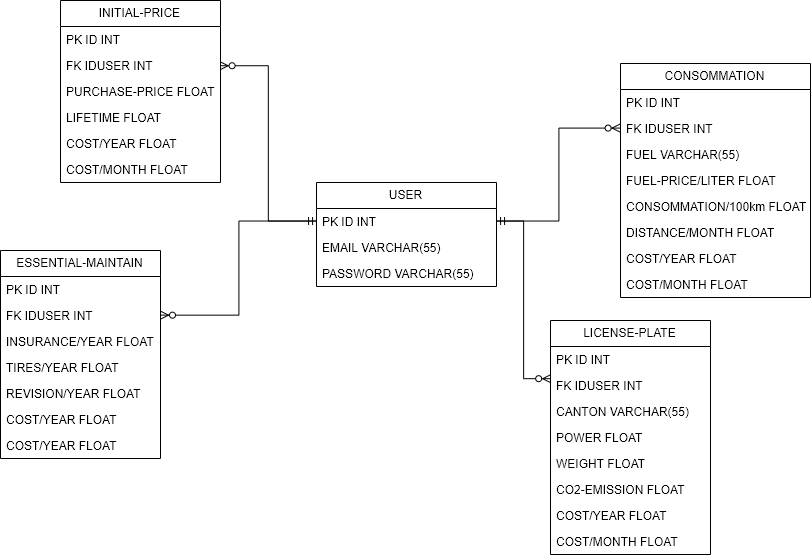
ThomasCPNV/CcubeProject keeps this draw.io diagram as Documentation/Sprint1/DB-MLD.PNG. Above is the earlier version. Source tidied: cells renumbered, new cells last; positions are measured from the earlier drawing's top-left corner, leaving out a move shared by most shapes.
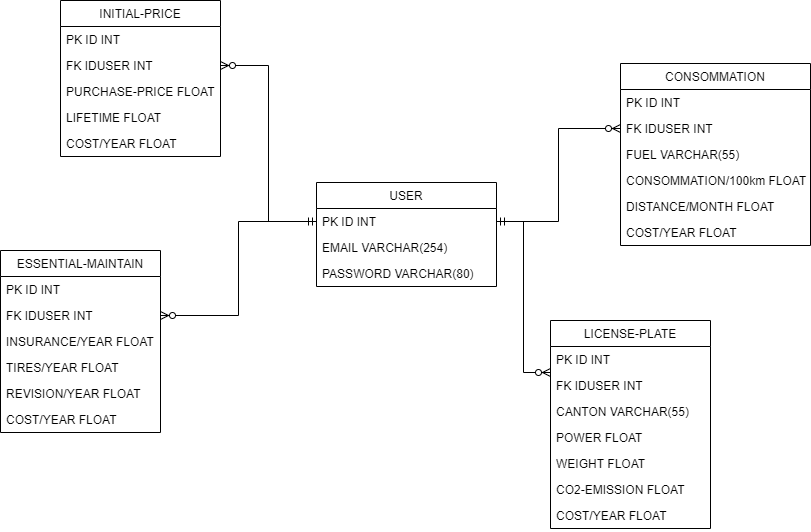
Later version of the same file.

Commit message:
correction MLD sprint 3

The edit, as a diff of the source:
```diff
@@ -8,14 +8,14 @@
     <mxCell id="3" value="PK ID INT" style="text;strokeColor=none;fillColor=none;align=left;verticalAlign=top;spacingLeft=4;spacingRight=4;overflow=hidden;points=[[0,0.5],[1,0.5]];portConstraint=eastwest;" parent="2" vertex="1">
       <mxGeometry y="26" width="180" height="26" as="geometry" />
     </mxCell>
-    <mxCell id="4" value="EMAIL VARCHAR(55)" style="text;strokeColor=none;fillColor=none;align=left;verticalAlign=top;spacingLeft=4;spacingRight=4;overflow=hidden;" parent="2" vertex="1">
+    <mxCell id="4" value="EMAIL VARCHAR(254)" style="text;strokeColor=none;fillColor=none;align=left;verticalAlign=top;spacingLeft=4;spacingRight=4;overflow=hidden;" parent="2" vertex="1">
       <mxGeometry y="52" width="180" height="26" as="geometry" />
     </mxCell>
-    <mxCell id="5" value="PASSWORD VARCHAR(55)" style="text;strokeColor=none;fillColor=none;align=left;verticalAlign=top;spacingLeft=4;spacingRight=4;overflow=hidden;" parent="2" vertex="1">
+    <mxCell id="5" value="PASSWORD VARCHAR(80)" style="text;strokeColor=none;fillColor=none;align=left;verticalAlign=top;spacingLeft=4;spacingRight=4;overflow=hidden;" parent="2" vertex="1">
       <mxGeometry y="78" width="180" height="26" as="geometry" />
     </mxCell>
     <mxCell id="6" value="LICENSE-PLATE" style="swimlane;fontStyle=0;horizontal=1;startSize=26;fillColor=none;" parent="1" vertex="1">
-      <mxGeometry x="550" y="320" width="160" height="234" as="geometry" />
+      <mxGeometry x="550" y="320" width="160" height="208" as="geometry" />
     </mxCell>
     <mxCell id="7" value="PK ID INT" style="text;strokeColor=none;fillColor=none;align=left;verticalAlign=top;spacingLeft=4;spacingRight=4;overflow=hidden;" parent="6" vertex="1">
       <mxGeometry y="26" width="160" height="26" as="geometry" />
@@ -38,11 +38,8 @@
     <mxCell id="13" value="COST/YEAR FLOAT" style="text;strokeColor=none;fillColor=none;align=left;verticalAlign=top;spacingLeft=4;spacingRight=4;overflow=hidden;" parent="6" vertex="1">
       <mxGeometry y="182" width="160" height="26" as="geometry" />
     </mxCell>
-    <mxCell id="14" value="COST/MONTH FLOAT" style="text;strokeColor=none;fillColor=none;align=left;verticalAlign=top;spacingLeft=4;spacingRight=4;overflow=hidden;" parent="6" vertex="1">
-      <mxGeometry y="208" width="160" height="26" as="geometry" />
-    </mxCell>
     <mxCell id="15" value="ESSENTIAL-MAINTAIN" style="swimlane;fontStyle=0;horizontal=1;startSize=26;fillColor=none;" parent="1" vertex="1">
-      <mxGeometry y="250" width="160" height="208" as="geometry" />
+      <mxGeometry y="250" width="160" height="182" as="geometry" />
     </mxCell>
     <mxCell id="16" value="PK ID INT" style="text;strokeColor=none;fillColor=none;align=left;verticalAlign=top;spacingLeft=4;spacingRight=4;overflow=hidden;" parent="15" vertex="1">
       <mxGeometry y="26" width="160" height="26" as="geometry" />
@@ -62,11 +59,8 @@
     <mxCell id="21" value="COST/YEAR FLOAT" style="text;strokeColor=none;fillColor=none;align=left;verticalAlign=top;spacingLeft=4;spacingRight=4;overflow=hidden;" parent="15" vertex="1">
       <mxGeometry y="156" width="160" height="26" as="geometry" />
     </mxCell>
-    <mxCell id="22" value="COST/YEAR FLOAT" style="text;strokeColor=none;fillColor=none;align=left;verticalAlign=top;spacingLeft=4;spacingRight=4;overflow=hidden;" parent="15" vertex="1">
-      <mxGeometry y="182" width="160" height="26" as="geometry" />
-    </mxCell>
     <mxCell id="23" value="INITIAL-PRICE" style="swimlane;fontStyle=0;horizontal=1;startSize=26;fillColor=none;" parent="1" vertex="1">
-      <mxGeometry x="60" width="160" height="182" as="geometry" />
+      <mxGeometry x="60" width="160" height="156" as="geometry" />
     </mxCell>
     <mxCell id="24" value="PK ID INT" style="text;strokeColor=none;fillColor=none;align=left;verticalAlign=top;spacingLeft=4;spacingRight=4;overflow=hidden;" parent="23" vertex="1">
       <mxGeometry y="26" width="160" height="26" as="geometry" />
@@ -83,11 +77,8 @@
     <mxCell id="28" value="COST/YEAR FLOAT" style="text;strokeColor=none;fillColor=none;align=left;verticalAlign=top;spacingLeft=4;spacingRight=4;overflow=hidden;" parent="23" vertex="1">
       <mxGeometry y="130" width="160" height="26" as="geometry" />
     </mxCell>
-    <mxCell id="29" value="COST/MONTH FLOAT" style="text;strokeColor=none;fillColor=none;align=left;verticalAlign=top;spacingLeft=4;spacingRight=4;overflow=hidden;" parent="23" vertex="1">
-      <mxGeometry y="156" width="160" height="26" as="geometry" />
-    </mxCell>
     <mxCell id="30" value="CONSOMMATION" style="swimlane;fontStyle=0;horizontal=1;startSize=26;fillColor=none;" parent="1" vertex="1">
-      <mxGeometry x="620" y="63" width="190" height="234" as="geometry" />
+      <mxGeometry x="620" y="63" width="190" height="182" as="geometry" />
     </mxCell>
     <mxCell id="31" value="PK ID INT" style="text;strokeColor=none;fillColor=none;align=left;verticalAlign=top;spacingLeft=4;spacingRight=4;overflow=hidden;" parent="30" vertex="1">
       <mxGeometry y="26" width="190" height="26" as="geometry" />
@@ -98,21 +89,15 @@
     <mxCell id="33" value="FUEL VARCHAR(55)" style="text;strokeColor=none;fillColor=none;align=left;verticalAlign=top;spacingLeft=4;spacingRight=4;overflow=hidden;" parent="30" vertex="1">
       <mxGeometry y="78" width="190" height="26" as="geometry" />
     </mxCell>
-    <mxCell id="34" value="FUEL-PRICE/LITER FLOAT" style="text;strokeColor=none;fillColor=none;align=left;verticalAlign=top;spacingLeft=4;spacingRight=4;overflow=hidden;" parent="30" vertex="1">
-      <mxGeometry y="104" width="190" height="26" as="geometry" />
-    </mxCell>
     <mxCell id="35" value="CONSOMMATION/100km FLOAT" style="text;strokeColor=none;fillColor=none;align=left;verticalAlign=top;spacingLeft=4;spacingRight=4;overflow=hidden;" parent="30" vertex="1">
-      <mxGeometry y="130" width="190" height="26" as="geometry" />
+      <mxGeometry y="104" width="190" height="26" as="geometry" />
     </mxCell>
     <mxCell id="36" value="DISTANCE/MONTH FLOAT" style="text;strokeColor=none;fillColor=none;align=left;verticalAlign=top;spacingLeft=4;spacingRight=4;overflow=hidden;" parent="30" vertex="1">
-      <mxGeometry y="156" width="190" height="26" as="geometry" />
+      <mxGeometry y="130" width="190" height="26" as="geometry" />
     </mxCell>
     <mxCell id="37" value="COST/YEAR FLOAT" style="text;strokeColor=none;fillColor=none;align=left;verticalAlign=top;spacingLeft=4;spacingRight=4;overflow=hidden;" parent="30" vertex="1">
-      <mxGeometry y="182" width="190" height="26" as="geometry" />
+      <mxGeometry y="156" width="190" height="26" as="geometry" />
     </mxCell>
-    <mxCell id="38" value="COST/MONTH FLOAT" style="text;strokeColor=none;fillColor=none;align=left;verticalAlign=top;spacingLeft=4;spacingRight=4;overflow=hidden;" parent="30" vertex="1">
-      <mxGeometry y="208" width="190" height="26" as="geometry" />
-    </mxCell>
     <mxCell id="39" style="edgeStyle=orthogonalEdgeStyle;rounded=0;jettySize=auto;html=1;entryX=1;entryY=0.5;entryDx=0;entryDy=0;exitX=0;exitY=0.5;exitDx=0;exitDy=0;endArrow=ERzeroToMany;endFill=1;" parent="1" edge="1" source="3" target="25">
       <mxGeometry relative="1" as="geometry" />
     </mxCell>
```
